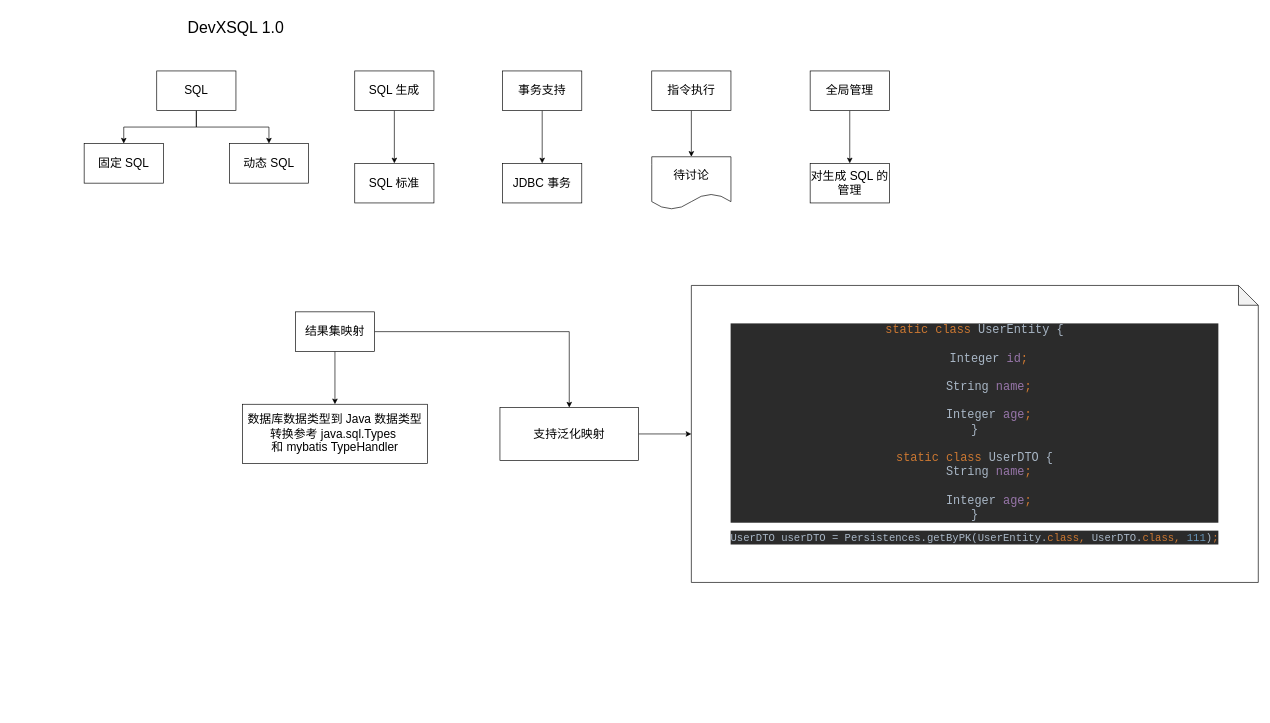
The draw.io diagram DevX/DevXSQL/DevXSQL.drawio in GitHeP/diagrams, before the edit. Source tidied: cells renumbered, new cells numbered last; positions are measured from the earlier drawing's top-left corner, leaving out a move shared by most shapes. Both pictures are drawn from the tidied source at 66%, with x=0, y=0 at pixel (84, 11).
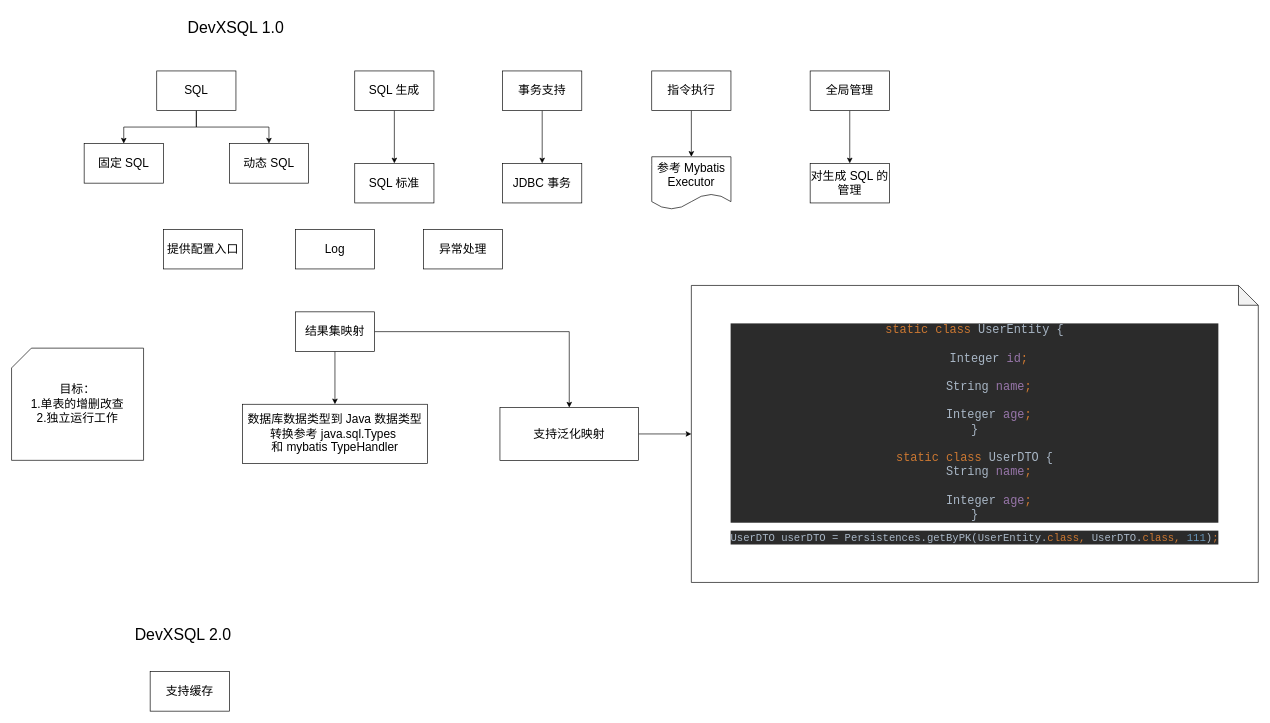
Above is the later version.

Change to the diagram source:
```diff
@@
-    <mxCell id="15" value="&lt;font style=&quot;font-size: 18px;&quot;&gt;待讨论&lt;/font&gt;" style="shape=document;whiteSpace=wrap;html=1;boundedLbl=1;rounded=0;" parent="1" vertex="1">
+    <mxCell id="15" value="&lt;font style=&quot;font-size: 18px;&quot;&gt;参考 Mybatis Executor&lt;/font&gt;" style="shape=document;whiteSpace=wrap;html=1;boundedLbl=1;rounded=0;" parent="1" vertex="1">
       <mxGeometry x="860" y="220" width="120" height="80" as="geometry" />
     </mxCell>
@@
+    <mxCell id="27" value="&lt;font style=&quot;font-size: 18px;&quot;&gt;目标：&lt;br&gt;1.单表的增删改查&lt;br&gt;2.独立运行工作&lt;br&gt;&lt;/font&gt;" style="shape=card;whiteSpace=wrap;html=1;" parent="1" vertex="1">
+      <mxGeometry x="-110" y="510" width="200" height="170" as="geometry" />
+    </mxCell>
+    <mxCell id="28" value="&lt;font style=&quot;font-size: 24px;&quot;&gt;DevXSQL 2.0&lt;/font&gt;" style="text;html=1;strokeColor=none;fillColor=none;align=center;verticalAlign=middle;whiteSpace=wrap;rounded=0;" parent="1" vertex="1">
+      <mxGeometry x="70" y="920" width="160" height="50" as="geometry" />
+    </mxCell>
+    <mxCell id="29" value="&lt;font style=&quot;font-size: 18px;&quot;&gt;支持缓存&lt;/font&gt;" style="rounded=0;whiteSpace=wrap;html=1;" parent="1" vertex="1">
+      <mxGeometry x="100" y="1000" width="120" height="60" as="geometry" />
+    </mxCell>
+    <mxCell id="30" value="&lt;font style=&quot;font-size: 18px;&quot;&gt;提供配置入口&lt;/font&gt;" style="rounded=0;whiteSpace=wrap;html=1;" parent="1" vertex="1">
+      <mxGeometry x="120" y="330" width="120" height="60" as="geometry" />
+    </mxCell>
+    <mxCell id="31" value="&lt;font style=&quot;font-size: 18px;&quot;&gt;Log&lt;/font&gt;" style="rounded=0;whiteSpace=wrap;html=1;" parent="1" vertex="1">
+      <mxGeometry x="320" y="330" width="120" height="60" as="geometry" />
+    </mxCell>
+    <mxCell id="32" value="&lt;span style=&quot;font-size: 18px;&quot;&gt;异常处理&lt;/span&gt;" style="rounded=0;whiteSpace=wrap;html=1;" parent="1" vertex="1">
+      <mxGeometry x="514" y="330" width="120" height="60" as="geometry" />
+    </mxCell>
```
